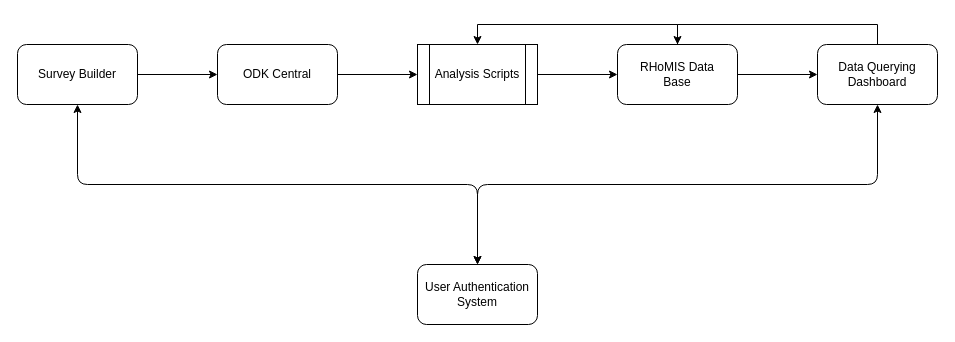
Before: system_summary.drawio in l-gorman/rhomis-diagrams, a draw.io diagram. Source tidied: cells renumbered, new cells numbered last; positions are measured from the earlier drawing's top-left corner, leaving out a move shared by most shapes. Both pictures are drawn from the tidied source at 100%, with x=0, y=0 at pixel (17, 44).
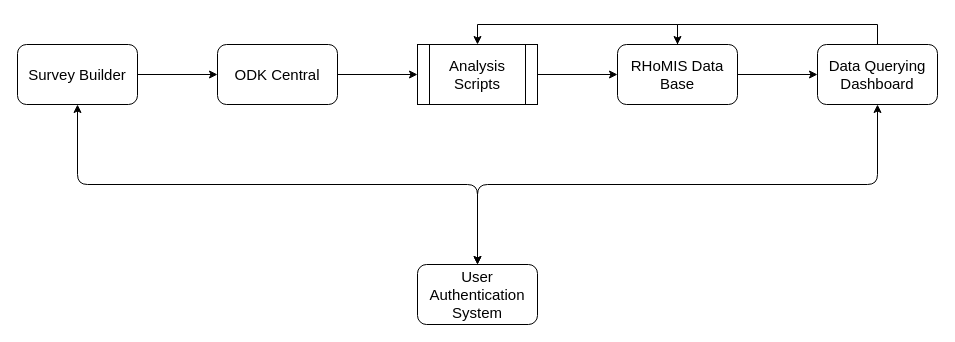
Above is the later version.

Commit message (it also covers changes not shown here):
adding db schemas for survey builder

Diff of the diagram source:
```diff
@@
 <mxGraphModel>
   <root>
     <mxCell id="0" />
     <mxCell id="1" parent="0" />
-    <mxCell id="2" style="edgeStyle=orthogonalEdgeStyle;rounded=0;jettySize=auto;html=1;" parent="1" edge="1" source="3" target="11">
+    <mxCell id="2" style="edgeStyle=orthogonalEdgeStyle;rounded=0;jettySize=auto;html=1;fontSize=15;" parent="1" edge="1" source="3" target="11">
       <mxGeometry relative="1" as="geometry" />
     </mxCell>
-    <mxCell id="3" value="ODK Central" style="rounded=1;whiteSpace=wrap;html=1;" parent="1" vertex="1">
+    <mxCell id="3" value="ODK Central" style="rounded=1;whiteSpace=wrap;html=1;fontSize=15;" parent="1" vertex="1">
       <mxGeometry x="200" width="120" height="60" as="geometry" />
     </mxCell>
-    <mxCell id="4" style="edgeStyle=orthogonalEdgeStyle;rounded=0;jettySize=auto;html=1;" parent="1" edge="1" source="5" target="3">
+    <mxCell id="4" style="edgeStyle=orthogonalEdgeStyle;rounded=0;jettySize=auto;html=1;fontSize=15;" parent="1" edge="1" source="5" target="3">
       <mxGeometry relative="1" as="geometry" />
     </mxCell>
-    <mxCell id="5" value="Survey Builder" style="rounded=1;whiteSpace=wrap;html=1;" parent="1" vertex="1">
+    <mxCell id="5" value="Survey Builder" style="rounded=1;whiteSpace=wrap;html=1;fontSize=15;" parent="1" vertex="1">
       <mxGeometry width="120" height="60" as="geometry" />
     </mxCell>
-    <mxCell id="6" value="User Authentication System" style="rounded=1;whiteSpace=wrap;html=1;" parent="1" vertex="1">
+    <mxCell id="6" value="User Authentication System" style="rounded=1;whiteSpace=wrap;html=1;fontSize=15;" parent="1" vertex="1">
       <mxGeometry x="400" y="220" width="120" height="60" as="geometry" />
     </mxCell>
-    <mxCell id="7" style="edgeStyle=orthogonalEdgeStyle;rounded=0;jettySize=auto;html=1;" parent="1" edge="1" source="9" target="13">
+    <mxCell id="7" style="edgeStyle=orthogonalEdgeStyle;rounded=0;jettySize=auto;html=1;fontSize=15;" parent="1" edge="1" source="9" target="13">
       <mxGeometry relative="1" as="geometry" />
     </mxCell>
-    <mxCell id="8" style="edgeStyle=orthogonalEdgeStyle;rounded=0;jettySize=auto;html=1;exitX=0.5;exitY=0;exitDx=0;exitDy=0;entryX=0.5;entryY=0;entryDx=0;entryDy=0;" parent="1" edge="1" source="9" target="11">
+    <mxCell id="8" style="edgeStyle=orthogonalEdgeStyle;rounded=0;jettySize=auto;html=1;exitX=0.5;exitY=0;exitDx=0;exitDy=0;entryX=0.5;entryY=0;entryDx=0;entryDy=0;fontSize=15;" parent="1" edge="1" source="9" target="11">
       <mxGeometry relative="1" as="geometry" />
     </mxCell>
-    <mxCell id="9" value="RHoMIS Data&lt;br&gt;Base" style="rounded=1;whiteSpace=wrap;html=1;" parent="1" vertex="1">
+    <mxCell id="9" value="RHoMIS Data&lt;br style=&quot;font-size: 15px;&quot;&gt;Base" style="rounded=1;whiteSpace=wrap;html=1;fontSize=15;" parent="1" vertex="1">
       <mxGeometry x="600" width="120" height="60" as="geometry" />
     </mxCell>
-    <mxCell id="10" style="edgeStyle=orthogonalEdgeStyle;rounded=0;jettySize=auto;html=1;" parent="1" edge="1" source="11" target="9">
+    <mxCell id="10" style="edgeStyle=orthogonalEdgeStyle;rounded=0;jettySize=auto;html=1;fontSize=15;" parent="1" edge="1" source="11" target="9">
       <mxGeometry relative="1" as="geometry" />
     </mxCell>
-    <mxCell id="11" value="Analysis Scripts" style="shape=process;whiteSpace=wrap;html=1;backgroundOutline=1;" parent="1" vertex="1">
+    <mxCell id="11" value="Analysis Scripts" style="shape=process;whiteSpace=wrap;html=1;backgroundOutline=1;fontSize=15;" parent="1" vertex="1">
       <mxGeometry x="400" width="120" height="60" as="geometry" />
     </mxCell>
-    <mxCell id="12" style="edgeStyle=orthogonalEdgeStyle;rounded=0;jettySize=auto;html=1;exitX=0.5;exitY=0;exitDx=0;exitDy=0;entryX=0.5;entryY=0;entryDx=0;entryDy=0;" parent="1" edge="1" source="13" target="9">
+    <mxCell id="12" style="edgeStyle=orthogonalEdgeStyle;rounded=0;jettySize=auto;html=1;exitX=0.5;exitY=0;exitDx=0;exitDy=0;entryX=0.5;entryY=0;entryDx=0;entryDy=0;fontSize=15;" parent="1" edge="1" source="13" target="9">
       <mxGeometry relative="1" as="geometry" />
     </mxCell>
-    <mxCell id="13" value="Data Querying Dashboard" style="rounded=1;whiteSpace=wrap;html=1;" parent="1" vertex="1">
+    <mxCell id="13" value="Data Querying Dashboard" style="rounded=1;whiteSpace=wrap;html=1;fontSize=15;" parent="1" vertex="1">
       <mxGeometry x="800" width="120" height="60" as="geometry" />
     </mxCell>
-    <mxCell id="14" style="endArrow=classic;startArrow=classic;html=1;exitX=0.5;exitY=0;exitDx=0;exitDy=0;entryX=0.5;entryY=1;entryDx=0;entryDy=0;" parent="1" edge="1" source="6" target="5">
+    <mxCell id="14" style="endArrow=classic;startArrow=classic;html=1;exitX=0.5;exitY=0;exitDx=0;exitDy=0;entryX=0.5;entryY=1;entryDx=0;entryDy=0;fontSize=15;" parent="1" edge="1" source="6" target="5">
       <mxGeometry relative="1" as="geometry">
         <Array as="points">
           <mxPoint x="460" y="140" />
           <mxPoint x="60" y="140" />
         </Array>
       </mxGeometry>
     </mxCell>
-    <mxCell id="15" style="endArrow=classic;startArrow=classic;html=1;entryX=0.5;entryY=1;entryDx=0;entryDy=0;" parent="1" edge="1" target="13">
+    <mxCell id="15" style="endArrow=classic;startArrow=classic;html=1;entryX=0.5;entryY=1;entryDx=0;entryDy=0;fontSize=15;" parent="1" edge="1" target="13">
       <mxGeometry relative="1" as="geometry">
         <mxPoint x="460" y="220" as="sourcePoint" />
         <Array as="points">
           <mxPoint x="460" y="140" />
           <mxPoint x="860" y="140" />
         </Array>
       </mxGeometry>
     </mxCell>
   </root>
 </mxGraphModel>
```
